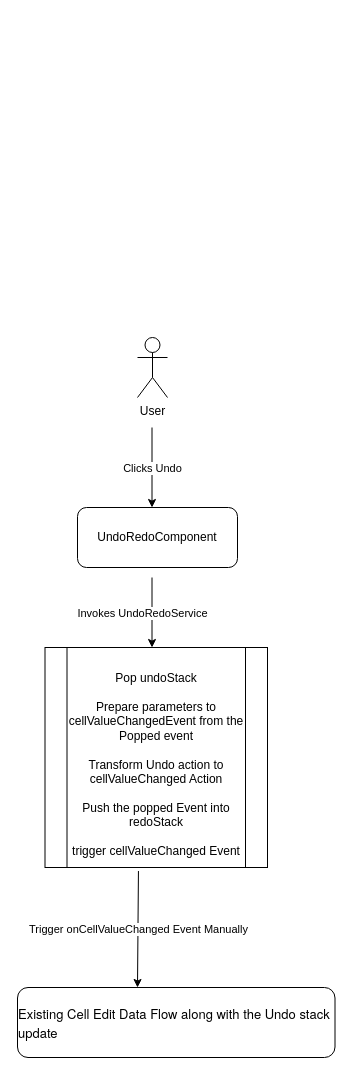
Before: Untitled Diagram.drawio in chitraflorid/123-Essential-JavaScript-Interview-Questions, a draw.io diagram. Source tidied: cells renumbered, new cells numbered last; positions are measured from the earlier drawing's top-left corner, leaving out a move shared by most shapes. Both pictures are drawn from the tidied source at 100%, with x=0, y=0 at pixel (17, 337).
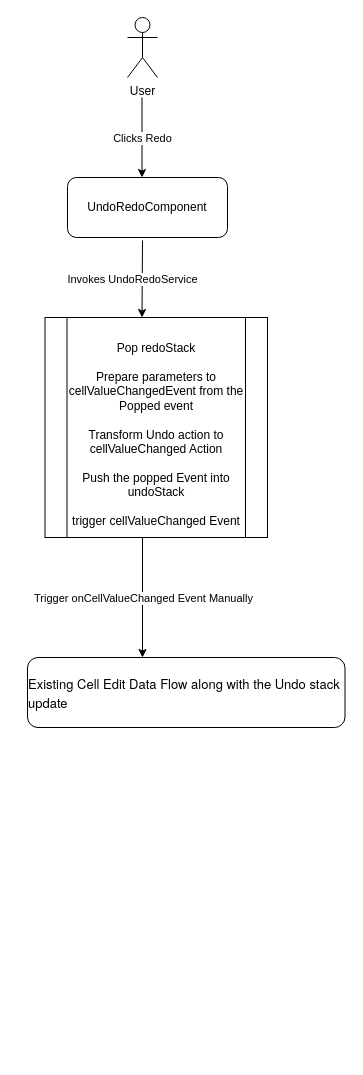
The same diagram, later.

The edit, as a diff of the source:
```diff
@@
 <mxGraphModel>
   <root>
     <mxCell id="0" />
     <mxCell id="1" parent="0" />
     <mxCell id="2" value="User" style="shape=umlActor;verticalLabelPosition=bottom;verticalAlign=top;html=1;" parent="1" vertex="1">
-      <mxGeometry x="120" width="30" height="60" as="geometry" />
+      <mxGeometry x="110" y="-320" width="30" height="60" as="geometry" />
     </mxCell>
     <mxCell id="3" style="endArrow=classic;html=1;rounded=0;" parent="1" edge="1">
       <mxGeometry relative="1" as="geometry">
-        <mxPoint x="134.5" y="90" as="sourcePoint" />
-        <mxPoint x="134.5" y="170" as="targetPoint" />
+        <mxPoint x="124.5" y="-240" as="sourcePoint" />
+        <mxPoint x="124.5" y="-160" as="targetPoint" />
       </mxGeometry>
     </mxCell>
-    <mxCell id="4" value="Clicks Undo" style="edgeLabel;html=1;align=center;verticalAlign=middle;" parent="3" vertex="1">
+    <mxCell id="4" value="Clicks Redo" style="edgeLabel;html=1;align=center;verticalAlign=middle;" parent="3" vertex="1">
       <mxGeometry relative="1" as="geometry" />
     </mxCell>
     <mxCell id="5" value="UndoRedoComponent" style="rounded=1;whiteSpace=wrap;html=1;" parent="1" vertex="1">
-      <mxGeometry x="60" y="170" width="160" height="60" as="geometry" />
+      <mxGeometry x="50" y="-160" width="160" height="60" as="geometry" />
     </mxCell>
     <mxCell id="6" style="endArrow=classic;html=1;rounded=0;" parent="1" edge="1">
       <mxGeometry relative="1" as="geometry">
-        <mxPoint x="134.5" y="240" as="sourcePoint" />
-        <mxPoint x="134.5" y="310" as="targetPoint" />
+        <mxPoint x="125" y="-97" as="sourcePoint" />
+        <mxPoint x="124.5" y="-20" as="targetPoint" />
       </mxGeometry>
     </mxCell>
     <mxCell id="7" value="Invokes UndoRedoService" style="edgeLabel;html=1;align=center;verticalAlign=middle;" parent="6" vertex="1">
       <mxGeometry relative="1" as="geometry">
         <mxPoint x="-10" as="offset" />
       </mxGeometry>
     </mxCell>
-    <mxCell id="8" value="&lt;div&gt;&lt;br&gt;&lt;/div&gt;&lt;div&gt;&lt;br&gt;&lt;/div&gt;&lt;div&gt;&lt;br&gt;&lt;/div&gt;Pop undoStack&lt;div&gt;&lt;br&gt;&lt;/div&gt;&lt;div&gt;Prepare parameters to cellValueChangedEvent from the Popped event&lt;/div&gt;&lt;div&gt;&lt;br&gt;&lt;div&gt;Transform Undo action to cellValueChanged Action&lt;/div&gt;&lt;div&gt;&lt;br&gt;&lt;/div&gt;&lt;div&gt;Push the popped Event into redoStack&lt;br&gt;&lt;br&gt;trigger cellValueChanged Event&lt;br&gt;&lt;br&gt;&lt;br&gt;&lt;/div&gt;&lt;/div&gt;" style="shape=process;whiteSpace=wrap;html=1;backgroundOutline=1;" parent="1" vertex="1">
-      <mxGeometry x="27.5" y="310" width="222.5" height="220" as="geometry" />
+    <mxCell id="8" value="&lt;div&gt;&lt;br&gt;&lt;/div&gt;&lt;div&gt;&lt;br&gt;&lt;/div&gt;&lt;div&gt;&lt;br&gt;&lt;/div&gt;Pop redoStack&lt;div&gt;&lt;br&gt;&lt;/div&gt;&lt;div&gt;Prepare parameters to cellValueChangedEvent from the Popped event&lt;/div&gt;&lt;div&gt;&lt;br&gt;&lt;div&gt;Transform Undo action to cellValueChanged Action&lt;/div&gt;&lt;div&gt;&lt;br&gt;&lt;/div&gt;&lt;div&gt;Push the popped Event into undoStack&lt;br&gt;&lt;br&gt;trigger cellValueChanged Event&lt;br&gt;&lt;br&gt;&lt;br&gt;&lt;/div&gt;&lt;/div&gt;" style="shape=process;whiteSpace=wrap;html=1;backgroundOutline=1;" parent="1" vertex="1">
+      <mxGeometry x="27.5" y="-20" width="222.5" height="220" as="geometry" />
     </mxCell>
-    <mxCell id="9" style="endArrow=classic;html=1;rounded=0;exitX=0.42;exitY=1.016;exitDx=0;exitDy=0;exitPerimeter=0;" parent="1" edge="1" source="8">
+    <mxCell id="9" style="endArrow=classic;html=1;rounded=0;" parent="1" edge="1">
       <mxGeometry relative="1" as="geometry">
-        <mxPoint x="120" y="650" as="targetPoint" />
+        <mxPoint x="125" y="200" as="sourcePoint" />
+        <mxPoint x="125" y="320" as="targetPoint" />
       </mxGeometry>
     </mxCell>
     <mxCell id="10" value="Trigger onCellValueChanged Event Manually" style="edgeLabel;html=1;align=center;verticalAlign=middle;" parent="9" vertex="1">
       <mxGeometry relative="1" as="geometry" />
     </mxCell>
     <mxCell id="11" value="&lt;p style=&quot;margin: 0px; font-variant-numeric: normal; font-variant-east-asian: normal; font-variant-alternates: normal; font-size-adjust: none; font-kerning: auto; font-optical-sizing: auto; font-feature-settings: normal; font-variation-settings: normal; font-variant-position: normal; font-stretch: normal; font-size: 13px; line-height: normal; font-family: &amp;quot;Helvetica Neue&amp;quot;; text-align: start;&quot; class=&quot;p1&quot;&gt;Existing Cell Edit Data Flow along with the Undo stack update&lt;/p&gt;" style="rounded=1;whiteSpace=wrap;html=1;" parent="1" vertex="1">
-      <mxGeometry y="650" width="317.5" height="70" as="geometry" />
+      <mxGeometry x="10" y="320" width="317.5" height="70" as="geometry" />
     </mxCell>
   </root>
 </mxGraphModel>
```
